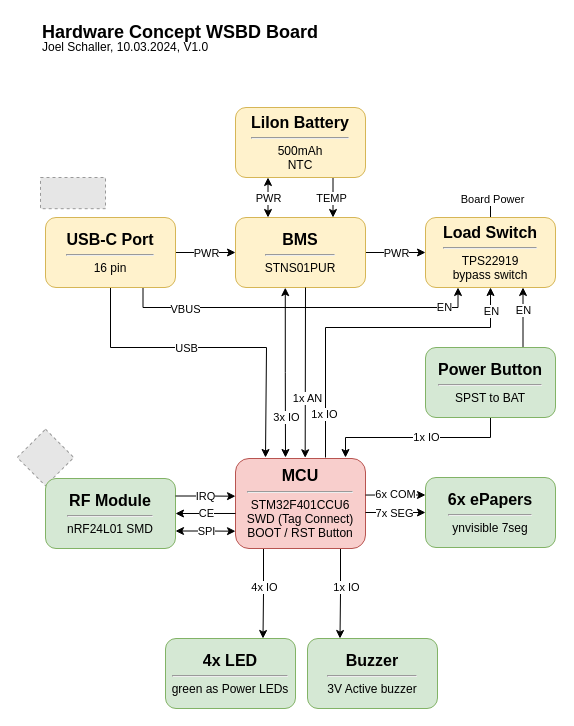
Earlier version of the draw.io diagram 2_Documentation/HW_Concept/HW_Concept_WSB_Display.drawio (Jowllel/Wireless-ScoreBoard-Display). Source tidied: cells renumbered, new cells numbered last; positions are measured from the earlier drawing's top-left corner, leaving out a move shared by most shapes. Both pictures are drawn from the tidied source at 100%, with x=0, y=0 at pixel (25, 17). Pictures stored in the file or linked from it are replaced by grey dashed boxes.
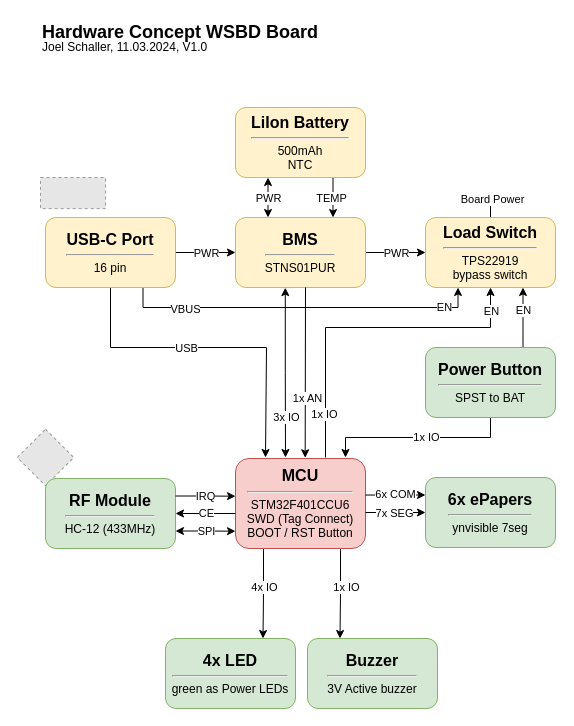
The same page after the edit.

Commit message (it also covers changes not shown here):
Update HW-Concept to HC-12 RF Module.

The edit, as a diff of the source:
```diff
@@
-    <mxCell id="3" value="&lt;font style=&quot;font-size: 12px;&quot;&gt;Joel Schaller, 10.03.2024, V1.0&lt;br&gt;&lt;/font&gt;" style="text;html=1;strokeColor=none;fillColor=none;align=left;verticalAlign=middle;whiteSpace=wrap;rounded=0;" parent="1" vertex="1">
+    <mxCell id="3" value="&lt;font style=&quot;font-size: 12px;&quot;&gt;Joel Schaller, 11.03.2024, V1.0&lt;br&gt;&lt;/font&gt;" style="text;html=1;strokeColor=none;fillColor=none;align=left;verticalAlign=middle;whiteSpace=wrap;rounded=0;" parent="1" vertex="1">
       <mxGeometry x="15" y="20" width="430" height="20" as="geometry" />
     </mxCell>
@@
-    <mxCell id="46" value="&lt;font style=&quot;&quot;&gt;&lt;span style=&quot;font-size: 16px;&quot;&gt;&lt;b&gt;RF Module&lt;/b&gt;&lt;/span&gt;&lt;br&gt;&lt;hr style=&quot;font-size: 10px;&quot;&gt;nRF24L01 SMD&lt;br&gt;&lt;/font&gt;" style="rounded=1;whiteSpace=wrap;html=1;fillColor=#d5e8d4;strokeColor=#82b366;" parent="1" vertex="1">
+    <mxCell id="46" value="&lt;font style=&quot;&quot;&gt;&lt;span style=&quot;font-size: 16px;&quot;&gt;&lt;b&gt;RF Module&lt;/b&gt;&lt;/span&gt;&lt;br&gt;&lt;hr style=&quot;font-size: 10px;&quot;&gt;HC-12 (433MHz)&lt;/font&gt;" style="rounded=1;whiteSpace=wrap;html=1;fillColor=#d5e8d4;strokeColor=#82b366;" parent="1" vertex="1">
       <mxGeometry x="20" y="461" width="130" height="70" as="geometry" />
     </mxCell>
```
